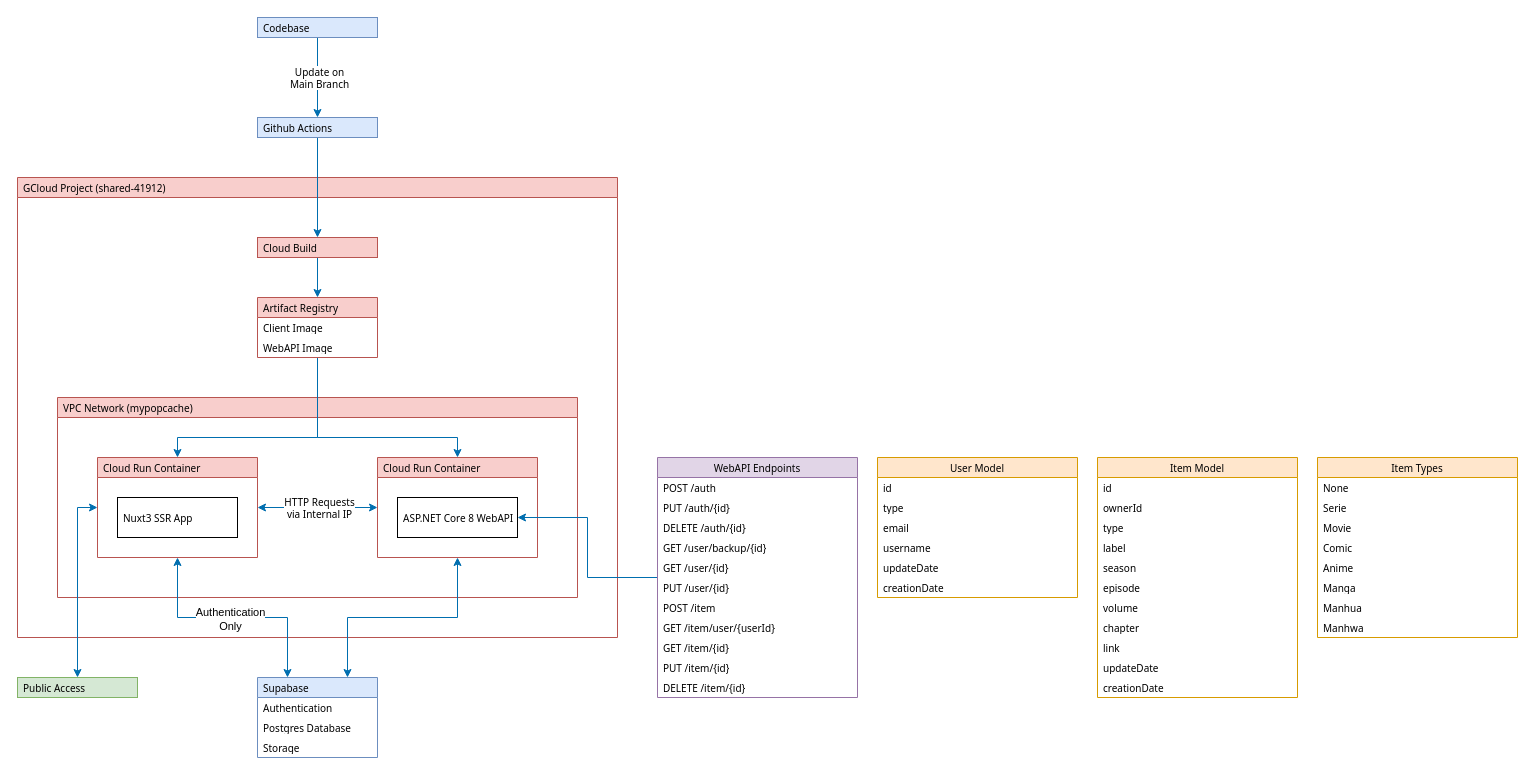
Earlier version of the draw.io diagram Infrastructure.drawio (hs-wolf/mypopcache). Source tidied: cells renumbered, new cells numbered last; positions are measured from the earlier drawing's top-left corner, leaving out a move shared by most shapes. Both pictures are drawn from the tidied source at 100%, with x=0, y=0 at pixel (17, 17).
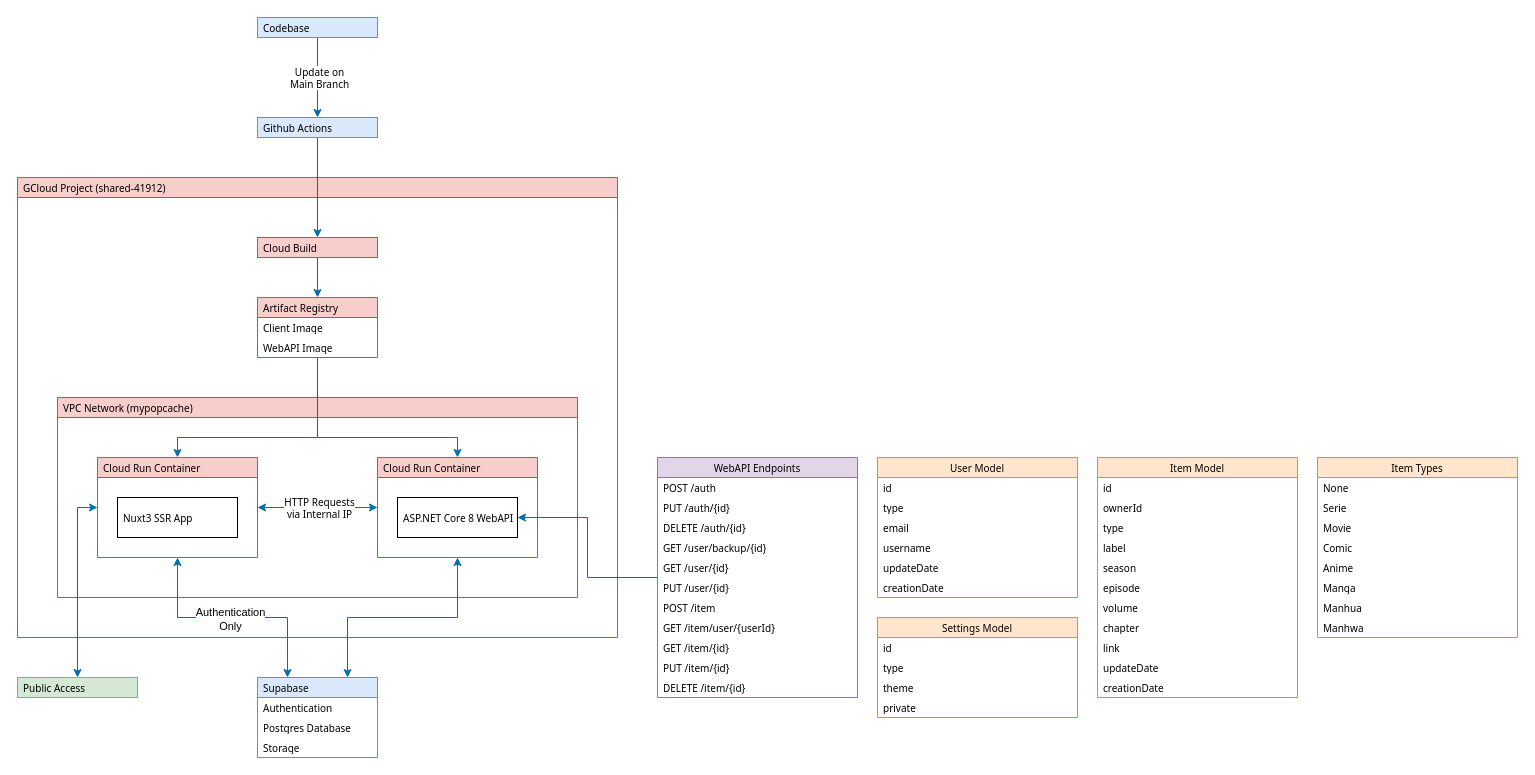
The same diagram, later.

Diff of the diagram source:
```diff
@@
+    <mxCell id="71" value="Settings Model" style="swimlane;fontStyle=0;horizontal=1;startSize=20;whiteSpace=wrap;html=1;fillColor=#ffe6cc;strokeColor=#d79b00;fontFamily=Tahoma;fontSize=10;" parent="1" vertex="1">
+      <mxGeometry x="860" y="600" width="200" height="100" as="geometry" />
+    </mxCell>
+    <mxCell id="72" value="id" style="text;strokeColor=none;fillColor=none;align=left;verticalAlign=middle;spacingLeft=4;spacingRight=4;overflow=hidden;whiteSpace=wrap;html=1;fontFamily=Tahoma;fontSize=10;" parent="71" vertex="1">
+      <mxGeometry y="20" width="200" height="20" as="geometry" />
+    </mxCell>
+    <mxCell id="73" value="type" style="text;strokeColor=none;fillColor=none;align=left;verticalAlign=middle;spacingLeft=4;spacingRight=4;overflow=hidden;whiteSpace=wrap;html=1;fontFamily=Tahoma;fontSize=10;" parent="71" vertex="1">
+      <mxGeometry y="40" width="200" height="20" as="geometry" />
+    </mxCell>
+    <mxCell id="74" value="theme" style="text;strokeColor=none;fillColor=none;align=left;verticalAlign=middle;spacingLeft=4;spacingRight=4;overflow=hidden;whiteSpace=wrap;html=1;fontFamily=Tahoma;fontSize=10;" parent="71" vertex="1">
+      <mxGeometry y="60" width="200" height="20" as="geometry" />
+    </mxCell>
+    <mxCell id="75" value="private" style="text;strokeColor=none;fillColor=none;align=left;verticalAlign=middle;spacingLeft=4;spacingRight=4;overflow=hidden;whiteSpace=wrap;html=1;fontFamily=Tahoma;fontSize=10;" parent="71" vertex="1">
+      <mxGeometry y="80" width="200" height="20" as="geometry" />
+    </mxCell>
```
